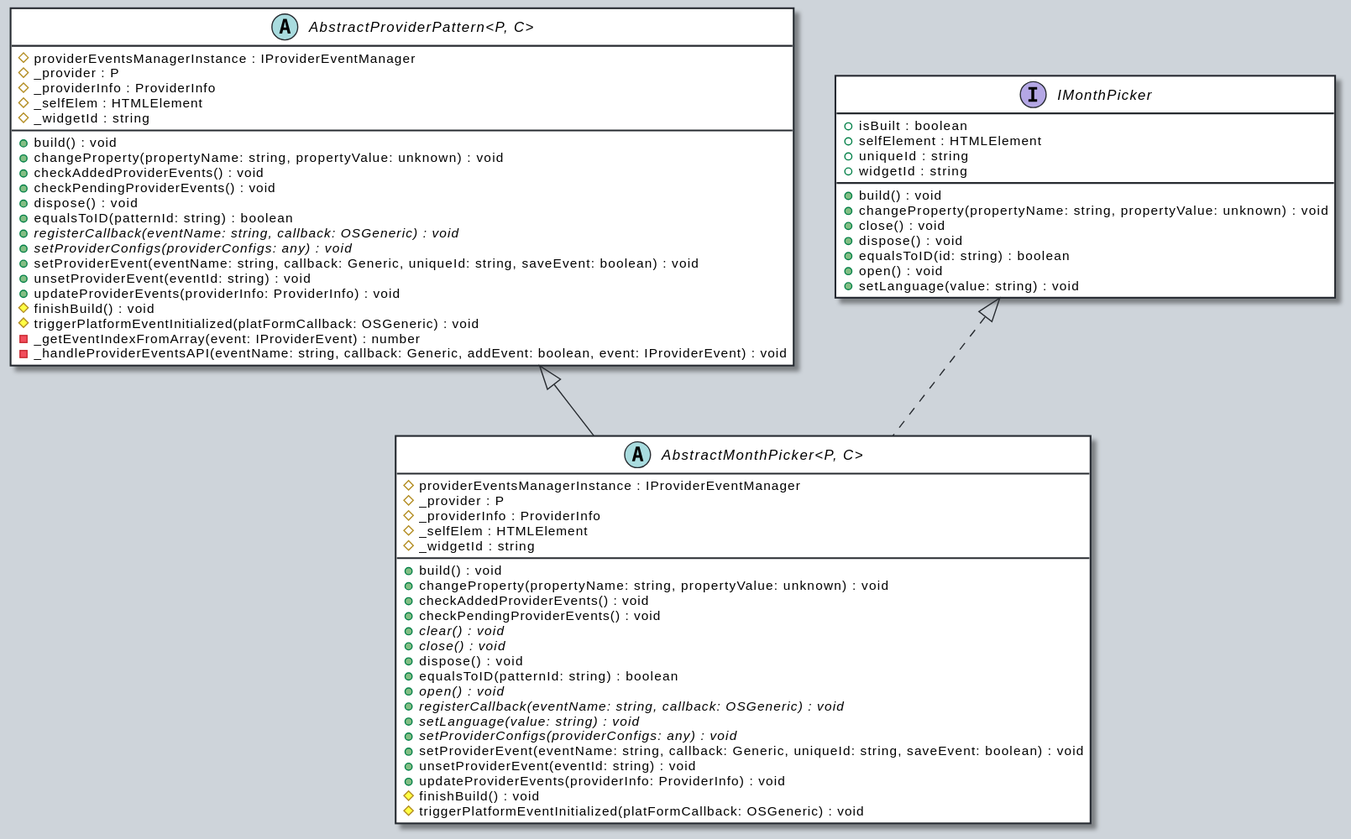
OutSystems/outsystems-ui keeps this PlantUML diagram as docs/assets/AbstractMonthPicker-umlClassDiagram-4038.svg. Above is the earlier version.
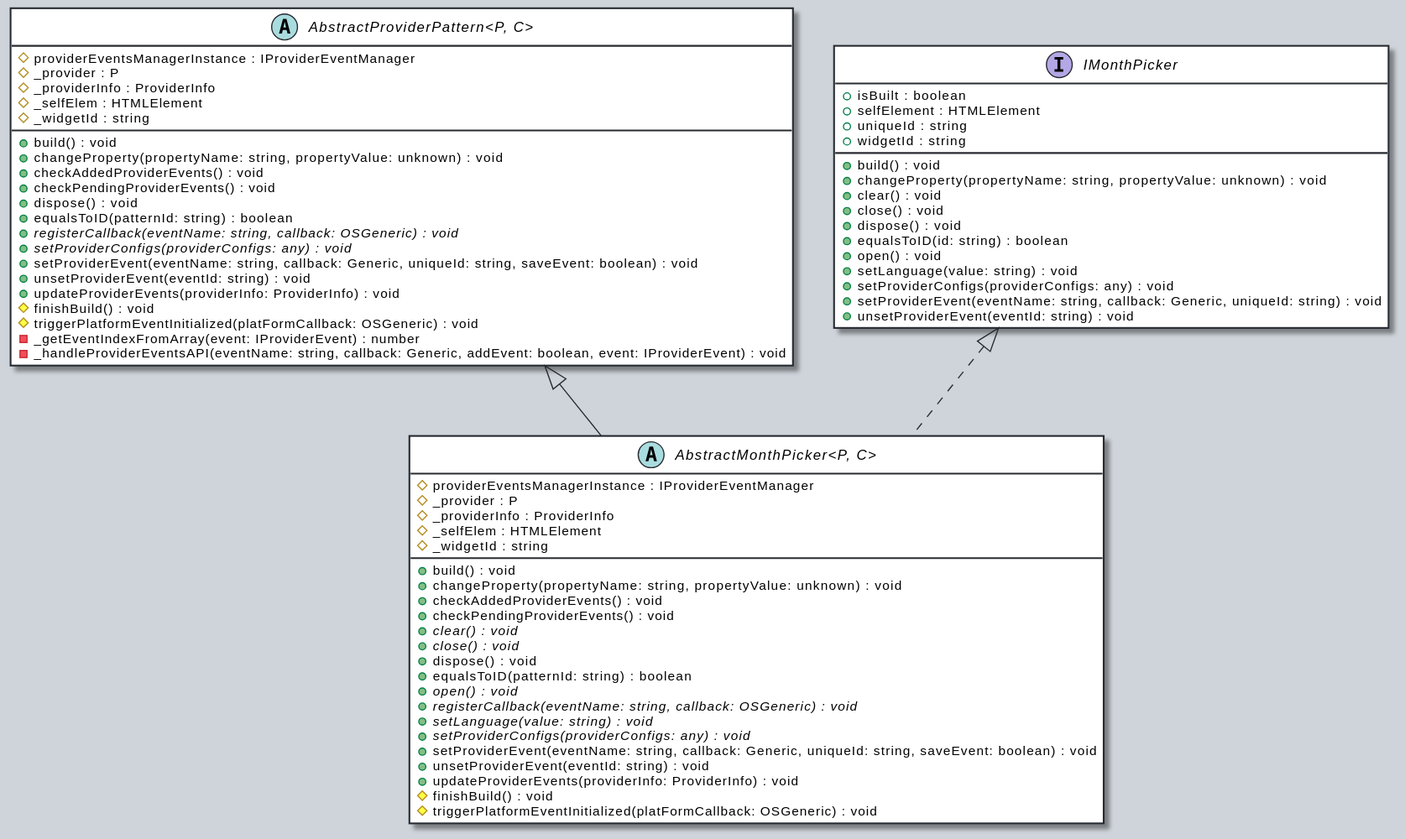
After the change.

The edit, as a diff of the source:
```diff
@@ -59,11 +59,15 @@
     +widgetId : string
     +build() : void
     +changeProperty(propertyName: string, propertyValue: unknown) : void
+    +clear() : void
     +close() : void
     +dispose() : void
     +equalsToID(id: string) : boolean
     +open() : void
     +setLanguage(value: string) : void
+    +setProviderConfigs(providerConfigs: any) : void
+    +setProviderEvent(eventName: string, callback: Generic, uniqueId: string) : void
+    +unsetProviderEvent(eventId: string) : void
 }
 "IMonthPicker" <|.. "AbstractMonthPicker<P, C>"
 @enduml
```
